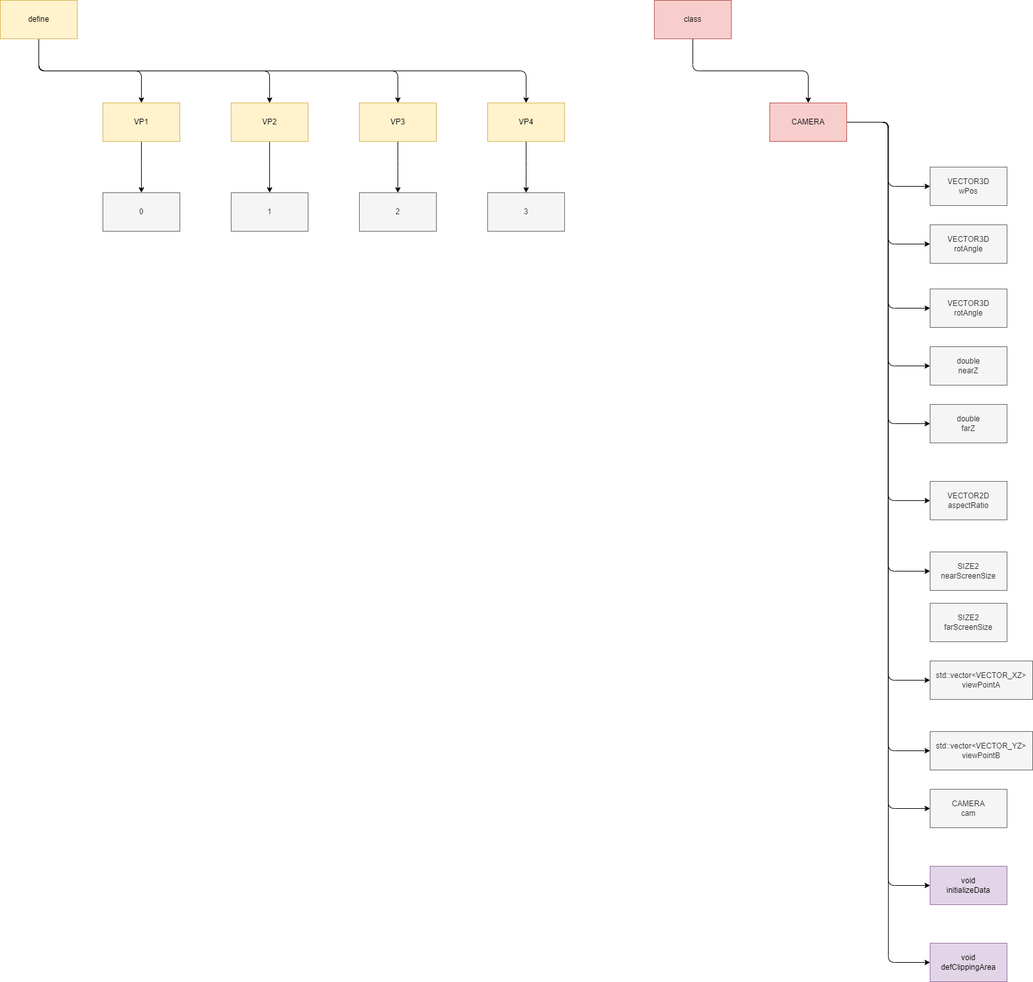
The draw.io diagram drawio/files/camera/h.drawio.png in Tanso-mct/GLPA, before a commit. Source tidied: cells renumbered, new cells last; positions are measured from the earlier drawing's top-left corner, leaving out a move shared by most shapes.
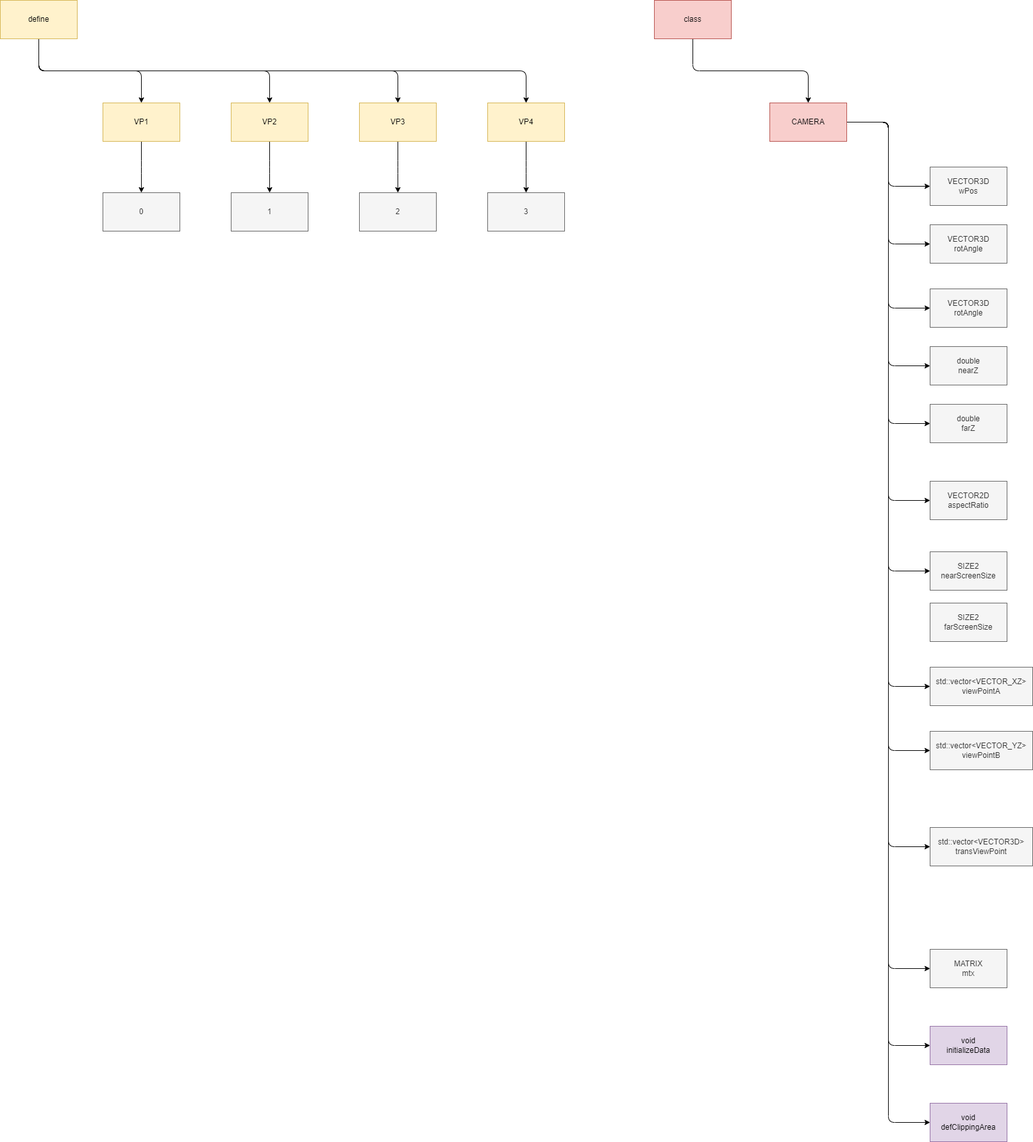
After the change.

The edit, as a diff of the source:
```diff
@@ -44,6 +44,9 @@
     <mxCell id="15" style="edgeStyle=elbowEdgeStyle;html=1;fontFamily=Helvetica;fontSize=12;fontColor=#333333;" parent="1" edge="1" source="16" target="28">
       <mxGeometry relative="1" as="geometry" />
     </mxCell>
+    <mxCell id="47" style="edgeStyle=elbowEdgeStyle;html=1;" parent="1" edge="1" source="16" target="48">
+      <mxGeometry relative="1" as="geometry" />
+    </mxCell>
     <mxCell id="16" value="CAMERA" style="whiteSpace=wrap;html=1;strokeColor=#b85450;fontFamily=Helvetica;fontSize=12;fillColor=#f8cecc;" parent="1" vertex="1">
       <mxGeometry x="1200" y="160" width="120" height="60" as="geometry" />
     </mxCell>
@@ -65,17 +68,17 @@
     <mxCell id="22" value="VECTOR2D&lt;br&gt;aspectRatio" style="whiteSpace=wrap;html=1;strokeColor=#666666;fontFamily=Helvetica;fontSize=12;fontColor=#333333;fillColor=#f5f5f5;" parent="1" vertex="1">
       <mxGeometry x="1450" y="750" width="120" height="60" as="geometry" />
     </mxCell>
-    <mxCell id="23" value="CAMERA&lt;br&gt;cam" style="whiteSpace=wrap;html=1;strokeColor=#666666;fontFamily=Helvetica;fontSize=12;fontColor=#333333;fillColor=#f5f5f5;" parent="1" vertex="1">
-      <mxGeometry x="1450" y="1230" width="120" height="60" as="geometry" />
+    <mxCell id="23" value="MATRIX&lt;br&gt;mtx" style="whiteSpace=wrap;html=1;strokeColor=#666666;fontFamily=Helvetica;fontSize=12;fontColor=#333333;fillColor=#f5f5f5;" parent="1" vertex="1">
+      <mxGeometry x="1450" y="1480" width="120" height="60" as="geometry" />
     </mxCell>
     <mxCell id="24" value="void&lt;br&gt;initializeData" style="whiteSpace=wrap;html=1;strokeColor=#9673a6;fontFamily=Helvetica;fontSize=12;fillColor=#e1d5e7;" parent="1" vertex="1">
-      <mxGeometry x="1450" y="1350" width="120" height="60" as="geometry" />
+      <mxGeometry x="1450" y="1600" width="120" height="60" as="geometry" />
     </mxCell>
     <mxCell id="25" value="void&lt;br&gt;defClippingArea" style="whiteSpace=wrap;html=1;strokeColor=#9673a6;fontFamily=Helvetica;fontSize=12;fillColor=#e1d5e7;" parent="1" vertex="1">
-      <mxGeometry x="1450" y="1470" width="120" height="60" as="geometry" />
+      <mxGeometry x="1450" y="1720" width="120" height="60" as="geometry" />
     </mxCell>
     <mxCell id="26" value="std::vector&amp;lt;VECTOR_XZ&amp;gt;&lt;br&gt;viewPointA" style="whiteSpace=wrap;html=1;strokeColor=#666666;fontFamily=Helvetica;fontSize=12;fontColor=#333333;fillColor=#f5f5f5;" parent="1" vertex="1">
-      <mxGeometry x="1450" y="1030" width="160" height="60" as="geometry" />
+      <mxGeometry x="1450" y="1040" width="160" height="60" as="geometry" />
     </mxCell>
     <mxCell id="27" value="std::vector&amp;lt;VECTOR_YZ&amp;gt;&lt;br style=&quot;border-color: var(--border-color);&quot;&gt;viewPointB" style="whiteSpace=wrap;html=1;strokeColor=#666666;fontFamily=Helvetica;fontSize=12;fontColor=#333333;fillColor=#f5f5f5;" parent="1" vertex="1">
       <mxGeometry x="1450" y="1140" width="160" height="60" as="geometry" />
@@ -137,5 +140,8 @@
     <mxCell id="46" value="SIZE2&lt;br&gt;farScreenSize" style="whiteSpace=wrap;html=1;strokeColor=#666666;fontFamily=Helvetica;fontSize=12;fontColor=#333333;fillColor=#f5f5f5;" parent="1" vertex="1">
       <mxGeometry x="1450" y="940" width="120" height="60" as="geometry" />
     </mxCell>
+    <mxCell id="48" value="std::vector&amp;lt;VECTOR3D&amp;gt; transViewPoint" style="whiteSpace=wrap;html=1;strokeColor=#666666;fontFamily=Helvetica;fontSize=12;fontColor=#333333;fillColor=#f5f5f5;" parent="1" vertex="1">
+      <mxGeometry x="1450" y="1290" width="160" height="60" as="geometry" />
+    </mxCell>
   </root>
 </mxGraphModel>
```
